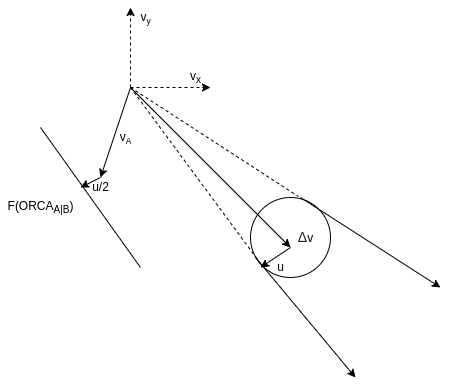
downflux/docs keeps this draw.io diagram as blog/orca_vo/assets/orca_vo_orca.png. Above is the earlier version. Source tidied: cells renumbered, new cells last; positions are measured from the earlier drawing's top-left corner, leaving out a move shared by most shapes. The source it was exported from:
```xml
<mxGraphModel>
  <root>
    <mxCell id="0" />
    <mxCell id="1" parent="0" />
    <mxCell id="2" style="group;" parent="1" vertex="1">
      <mxGeometry width="440" height="370" as="geometry" />
    </mxCell>
    <mxCell id="3" style="endArrow=classic;html=1;rounded=0;" parent="2" edge="1">
      <mxGeometry relative="1" as="geometry">
        <mxPoint x="255" y="250" as="sourcePoint" />
        <mxPoint x="355" y="370" as="targetPoint" />
      </mxGeometry>
    </mxCell>
    <mxCell id="4" style="endArrow=classic;html=1;rounded=0;" parent="2" edge="1">
      <mxGeometry relative="1" as="geometry">
        <mxPoint x="300" y="190" as="sourcePoint" />
        <mxPoint x="440" y="280" as="targetPoint" />
      </mxGeometry>
    </mxCell>
    <mxCell id="5" style="ellipse;whiteSpace=wrap;html=1;fillColor=none;" parent="2" vertex="1">
      <mxGeometry x="250" y="190" width="80" height="80" as="geometry" />
    </mxCell>
    <mxCell id="6" style="endArrow=classic;html=1;rounded=0;entryX=0.5;entryY=0.625;entryDx=0;entryDy=0;entryPerimeter=0;" parent="2" edge="1" target="5">
      <mxGeometry relative="1" as="geometry">
        <mxPoint x="130" y="80" as="sourcePoint" />
      </mxGeometry>
    </mxCell>
    <mxCell id="7" style="endArrow=none;html=1;rounded=0;dashed=1;entryX=0.6;entryY=-0.012;entryDx=0;entryDy=0;entryPerimeter=0;endFill=0;" parent="2" edge="1" target="5">
      <mxGeometry relative="1" as="geometry">
        <mxPoint x="130" y="80" as="sourcePoint" />
      </mxGeometry>
    </mxCell>
    <mxCell id="8" style="endArrow=none;html=1;rounded=0;dashed=1;entryX=0;entryY=1;entryDx=0;entryDy=0;endFill=0;" parent="2" edge="1" target="5">
      <mxGeometry relative="1" as="geometry">
        <mxPoint x="130" y="80" as="sourcePoint" />
      </mxGeometry>
    </mxCell>
    <mxCell id="9" style="endArrow=classic;html=1;rounded=0;dashed=1;" parent="2" edge="1">
      <mxGeometry relative="1" as="geometry">
        <mxPoint x="130" y="80" as="sourcePoint" />
        <mxPoint x="210" y="80" as="targetPoint" />
      </mxGeometry>
    </mxCell>
    <mxCell id="10" style="endArrow=classic;html=1;rounded=0;dashed=1;" parent="2" edge="1">
      <mxGeometry relative="1" as="geometry">
        <mxPoint x="130" y="80" as="sourcePoint" />
        <mxPoint x="130" as="targetPoint" />
      </mxGeometry>
    </mxCell>
    <mxCell id="11" value="v&lt;sub&gt;x&lt;/sub&gt;" style="text;html=1;align=center;verticalAlign=middle;strokeColor=none;fillColor=none;" parent="2" vertex="1">
      <mxGeometry x="180" y="60" width="30" height="20" as="geometry" />
    </mxCell>
    <mxCell id="12" value="v&lt;span style=&quot;font-size: 10px&quot;&gt;&lt;sub&gt;y&lt;/sub&gt;&lt;/span&gt;" style="text;html=1;align=center;verticalAlign=middle;strokeColor=none;fillColor=none;" parent="2" vertex="1">
      <mxGeometry x="130" width="30" height="20" as="geometry" />
    </mxCell>
    <mxCell id="13" value="&lt;span style=&quot;color: rgb(32 , 33 , 34) ; font-family: sans-serif ; font-size: 14px&quot;&gt;Δ&lt;/span&gt;v" style="text;html=1;align=center;verticalAlign=middle;strokeColor=none;fillColor=none;" parent="2" vertex="1">
      <mxGeometry x="290" y="220" width="30" height="20" as="geometry" />
    </mxCell>
    <mxCell id="14" style="endArrow=classic;html=1;rounded=0;" parent="2" edge="1">
      <mxGeometry relative="1" as="geometry">
        <mxPoint x="290" y="240" as="sourcePoint" />
        <mxPoint x="260" y="260" as="targetPoint" />
      </mxGeometry>
    </mxCell>
    <mxCell id="15" value="u" style="text;html=1;align=center;verticalAlign=middle;strokeColor=none;fillColor=none;" parent="2" vertex="1">
      <mxGeometry x="270" y="250" width="20" height="20" as="geometry" />
    </mxCell>
    <mxCell id="16" style="endArrow=classic;html=1;rounded=0;" parent="2" edge="1">
      <mxGeometry relative="1" as="geometry">
        <mxPoint x="130" y="80" as="sourcePoint" />
        <mxPoint x="100" y="170" as="targetPoint" />
      </mxGeometry>
    </mxCell>
    <mxCell id="17" style="endArrow=classic;html=1;rounded=0;" parent="2" edge="1">
      <mxGeometry relative="1" as="geometry">
        <mxPoint x="100" y="170" as="sourcePoint" />
        <mxPoint x="80" y="180" as="targetPoint" />
      </mxGeometry>
    </mxCell>
    <mxCell id="18" style="endArrow=none;html=1;rounded=0;" parent="2" edge="1">
      <mxGeometry relative="1" as="geometry">
        <mxPoint x="40" y="120" as="sourcePoint" />
        <mxPoint x="140" y="260" as="targetPoint" />
      </mxGeometry>
    </mxCell>
    <mxCell id="19" value="v&lt;span style=&quot;font-size: 10px&quot;&gt;&lt;sub&gt;A&lt;/sub&gt;&lt;/span&gt;" style="text;html=1;align=center;verticalAlign=middle;strokeColor=none;fillColor=none;" parent="2" vertex="1">
      <mxGeometry x="110" y="120" width="30" height="20" as="geometry" />
    </mxCell>
    <mxCell id="20" value="F(ORCA&lt;sub&gt;A|B&lt;/sub&gt;)" style="text;html=1;align=center;verticalAlign=middle;strokeColor=none;fillColor=none;" parent="2" vertex="1">
      <mxGeometry y="190" width="80" height="20" as="geometry" />
    </mxCell>
    <mxCell id="21" value="u/2" style="text;html=1;align=center;verticalAlign=middle;strokeColor=none;fillColor=none;" parent="2" vertex="1">
      <mxGeometry x="85" y="170" width="30" height="20" as="geometry" />
    </mxCell>
  </root>
</mxGraphModel>
```
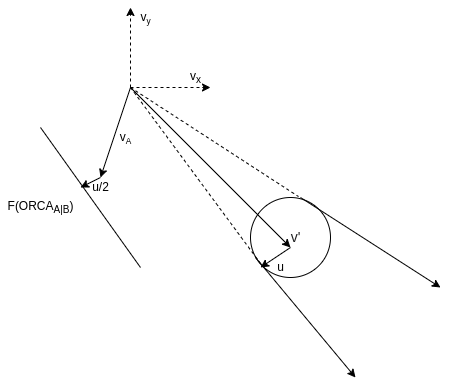
After the change.

Commit message:
Ensure figures have transparent backgrounds

The edit, as a diff of the source:
```diff
@@ -53,8 +53,8 @@
     <mxCell id="12" value="v&lt;span style=&quot;font-size: 10px&quot;&gt;&lt;sub&gt;y&lt;/sub&gt;&lt;/span&gt;" style="text;html=1;align=center;verticalAlign=middle;strokeColor=none;fillColor=none;" parent="2" vertex="1">
       <mxGeometry x="130" width="30" height="20" as="geometry" />
     </mxCell>
-    <mxCell id="13" value="&lt;span style=&quot;color: rgb(32 , 33 , 34) ; font-family: sans-serif ; font-size: 14px&quot;&gt;Δ&lt;/span&gt;v" style="text;html=1;align=center;verticalAlign=middle;strokeColor=none;fillColor=none;" parent="2" vertex="1">
-      <mxGeometry x="290" y="220" width="30" height="20" as="geometry" />
+    <mxCell id="13" value="&lt;font color=&quot;#202122&quot; face=&quot;sans-serif&quot;&gt;&lt;span style=&quot;font-size: 14px&quot;&gt;v'&lt;/span&gt;&lt;/font&gt;" style="text;html=1;align=center;verticalAlign=middle;strokeColor=none;fillColor=none;" parent="2" vertex="1">
+      <mxGeometry x="280" y="220" width="30" height="20" as="geometry" />
     </mxCell>
     <mxCell id="14" style="endArrow=classic;html=1;rounded=0;" parent="2" edge="1">
       <mxGeometry relative="1" as="geometry">
```
